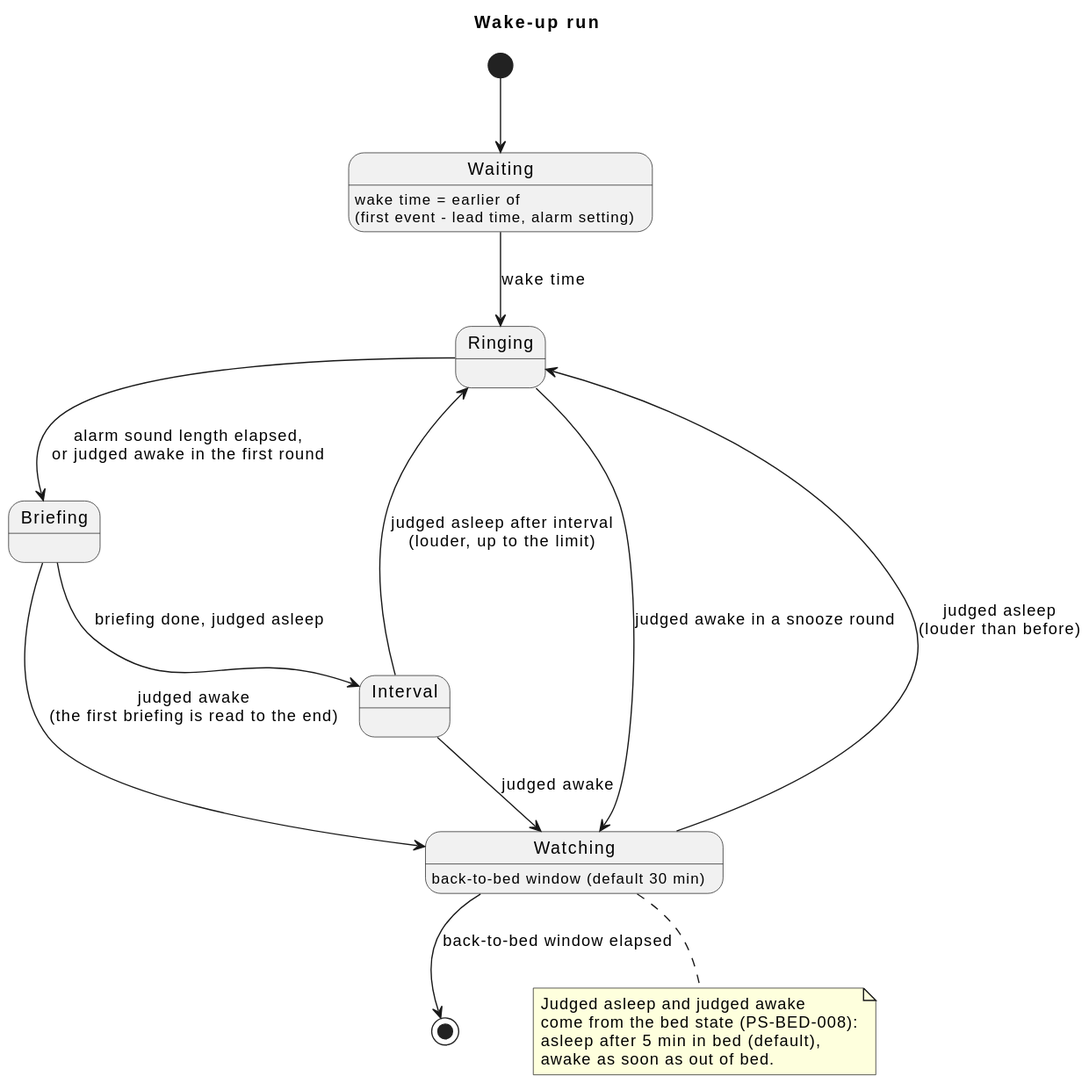
Earlier version of the PlantUML export docs/ja/requirements/alarm/overview.svg (cloveclovedev/press-start).
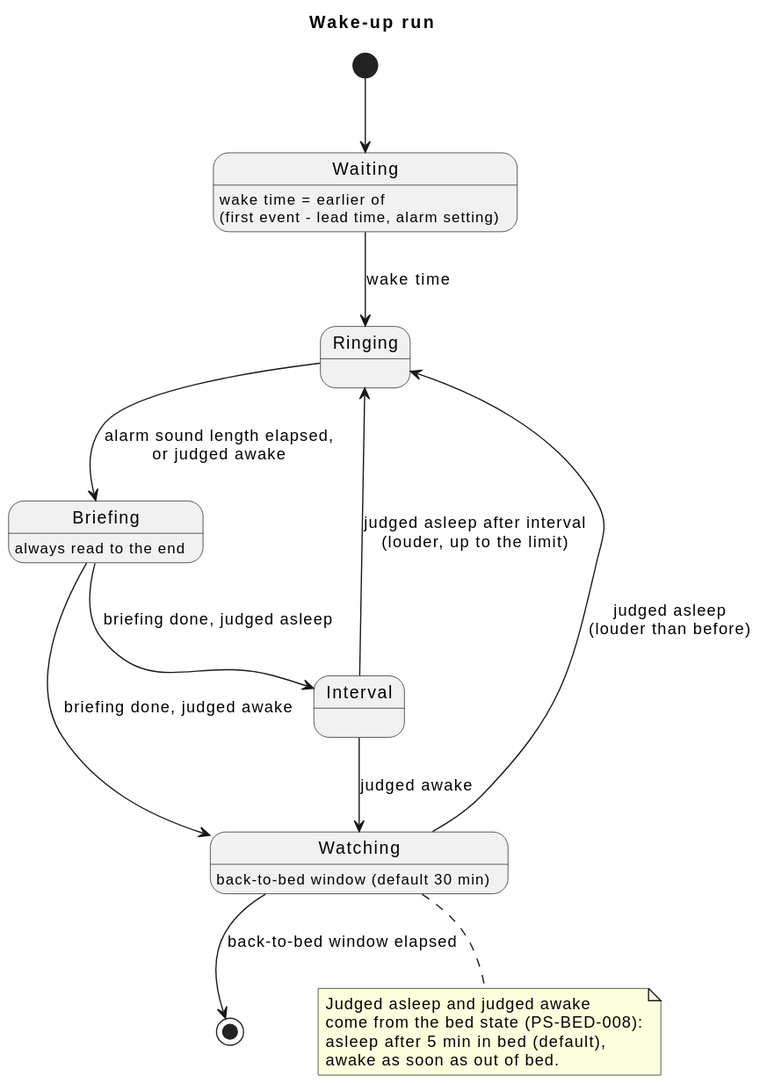
The same file after the commit.

Commit message:
docs(requirements): always read each briefing to the end instead of special-casing the first round

Claude-Session: https://claude.ai/code/session_01TFZkofXaDzgbSPfhvi1zni

The edit, as a diff of the source:
```diff
@@ -5,11 +5,11 @@
 [*] --> Waiting
 Waiting : wake time = earlier of\n(first event - lead time, alarm setting)
 Waiting --> Ringing : wake time
-Ringing --> Briefing : alarm sound length elapsed,\nor judged awake in the first round
+Ringing --> Briefing : alarm sound length elapsed,\nor judged awake
+Briefing : always read to the end
 Briefing --> Interval : briefing done, judged asleep
+Briefing --> Watching : briefing done, judged awake
 Interval --> Ringing : judged asleep after interval\n(louder, up to the limit)
-Briefing --> Watching : judged awake\n(the first briefing is read to the end)
-Ringing --> Watching : judged awake in a snooze round
 Interval --> Watching : judged awake
 Watching : back-to-bed window (default 30 min)
 Watching --> Ringing : judged asleep\n(louder than before)
```
